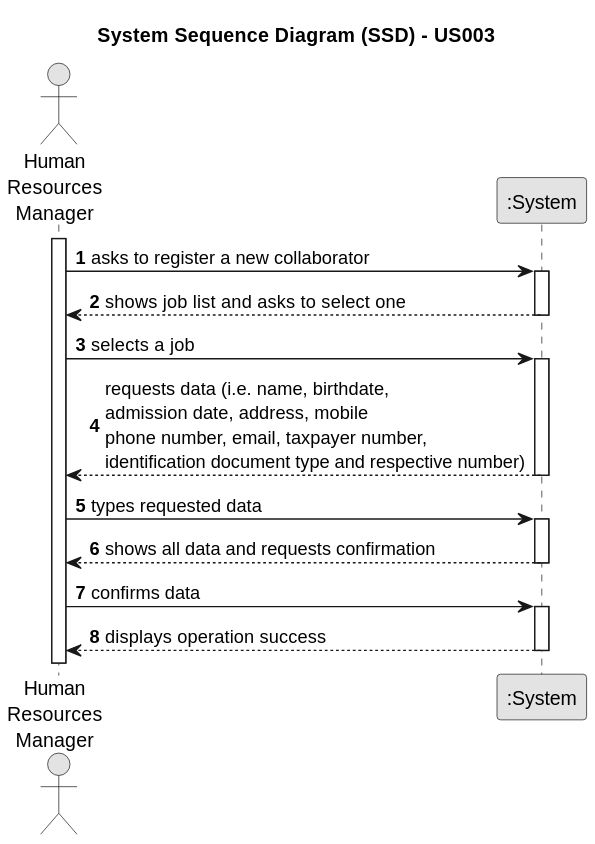
This is docs/sprintA/us003/01.requirements-engineering/svg/us003-system-sequence-diagram.svg from Departamento-de-Engenharia-Informatica/lei-24-s2-1dm-g132, a PlantUML export, as it was before one commit.
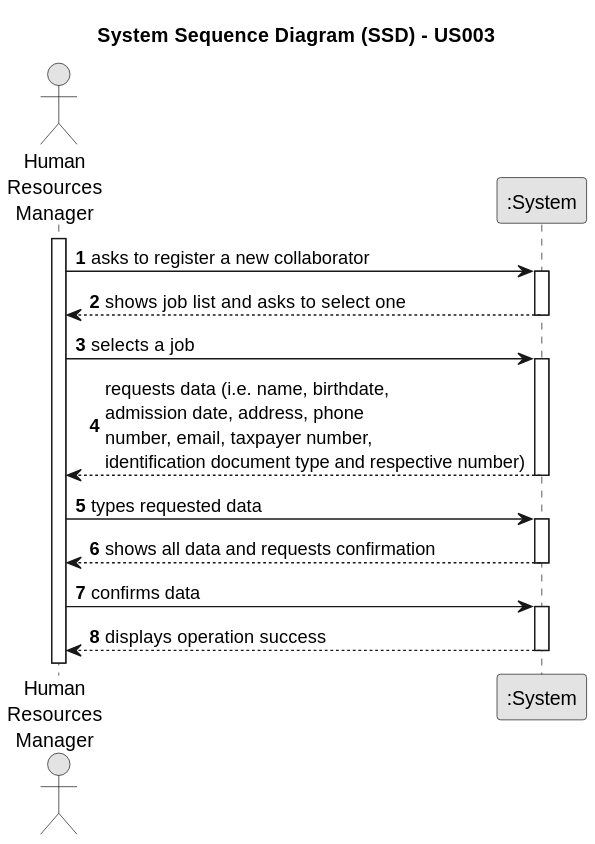
The same file after the commit.

What changed in the source:
```diff
@@ -21,7 +21,7 @@
     HRM -> System : selects a job
     activate System
 
-        System --> HRM : requests data (i.e. name, birthdate,\nadmission date, address, mobile\nphone number, email, taxpayer number,\nidentification document type and respective number)
+        System --> HRM : requests data (i.e. name, birthdate,\nadmission date, address, phone\nnumber, email, taxpayer number,\nidentification document type and respective number)
     deactivate System
 
     HRM -> System : types requested data
```
